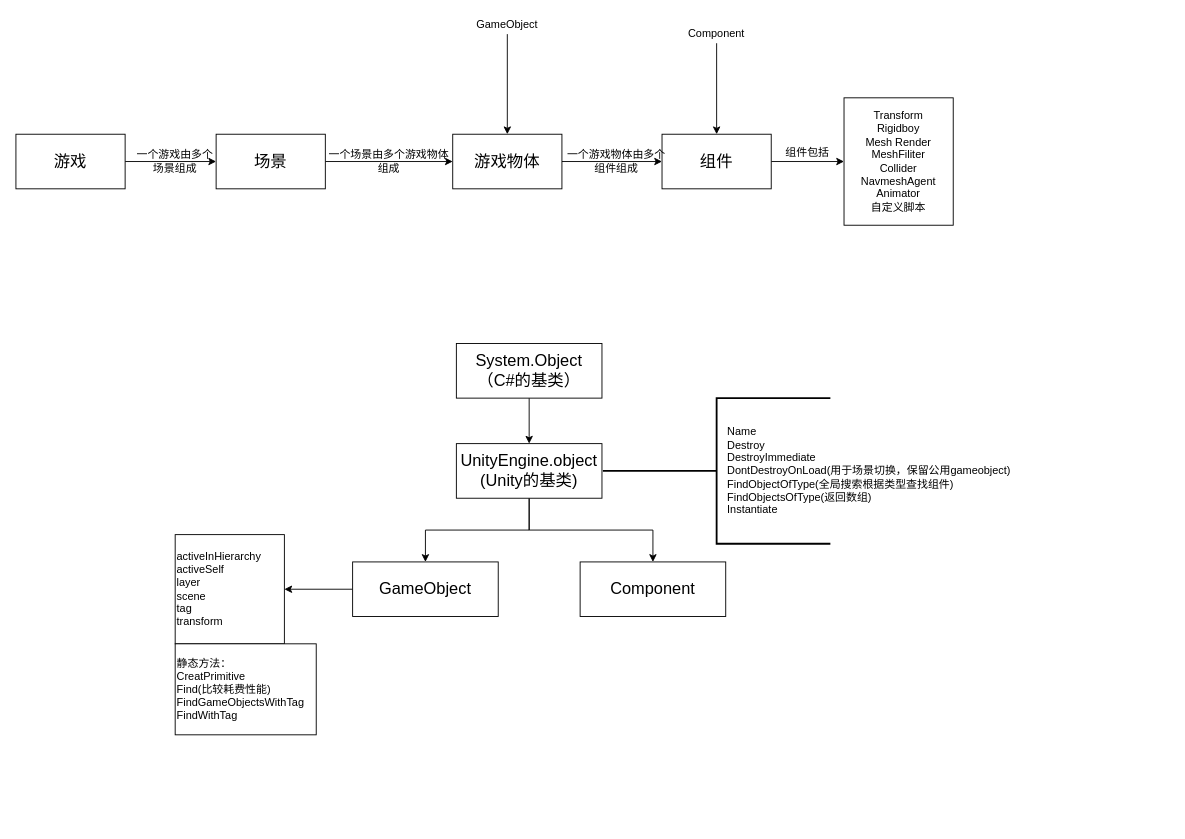
OJMars/Unity keeps this draw.io diagram as Unity流程.drawio. Above is the earlier version. Source tidied: cells renumbered, new cells numbered last; positions are measured from the earlier drawing's top-left corner, leaving out a move shared by most shapes. Both pictures are drawn from the tidied source at 91%, with x=0, y=0 at pixel (15, 15).
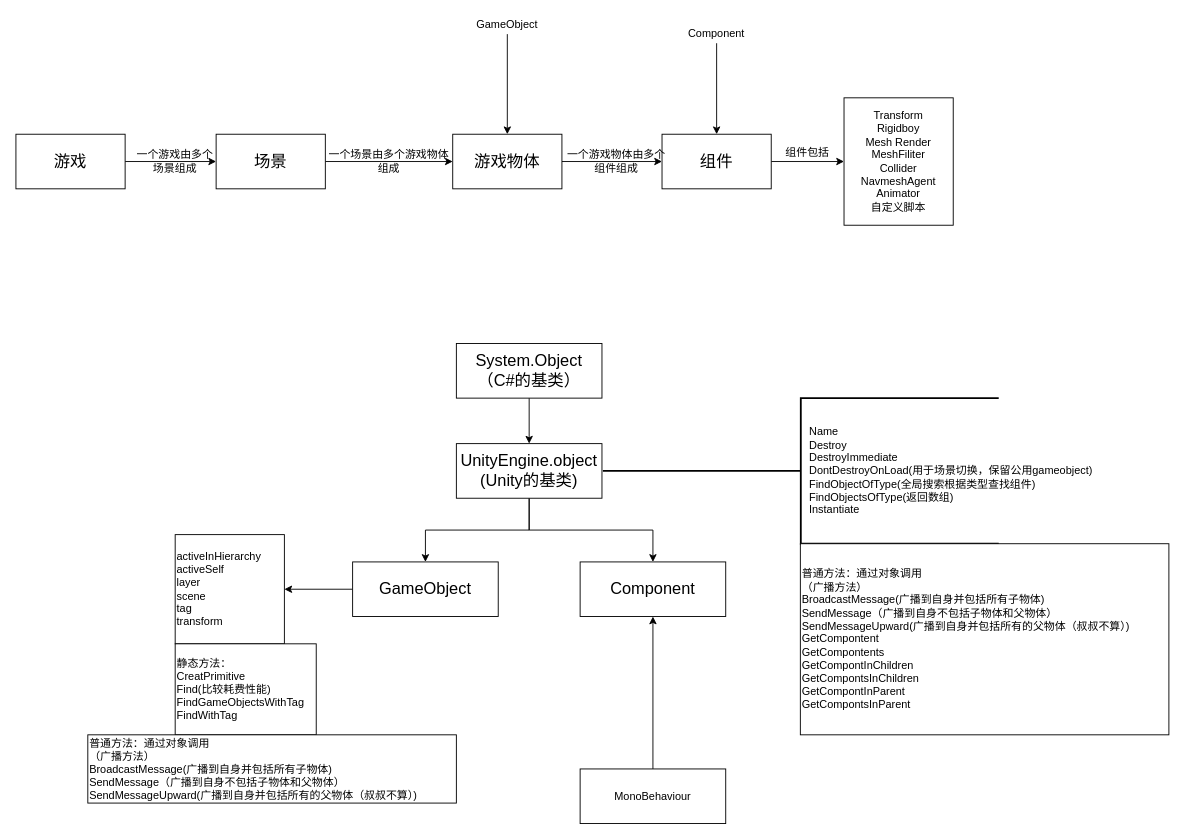
Above is the later version.

The change refers to these unchanged cells:
```xml
<mxCell id="26" value="&lt;span style=&quot;font-size: 18px&quot;&gt;Component&lt;/span&gt;" style="rounded=0;whiteSpace=wrap;html=1;" parent="1" vertex="1">
  <mxGeometry x="620" y="600" width="160" height="60" as="geometry" />
</mxCell>
```

What changed in the source:
```diff
@@
     <mxCell id="27" style="strokeWidth=2;html=1;shape=mxgraph.flowchart.annotation_2;align=left;" parent="1" vertex="1">
-      <mxGeometry x="645" y="420" width="250" height="160" as="geometry" />
+      <mxGeometry x="645" y="420" width="435" height="160" as="geometry" />
     </mxCell>
     <mxCell id="28" value="Name&lt;br&gt;Destroy&lt;br&gt;DestroyImmediate&lt;br&gt;DontDestroyOnLoad(用于场景切换，保留公用gameobject)&lt;br&gt;FindObjectOfType(全局搜索根据类型查找组件)&lt;br&gt;FindObjectsOfType(返回数组)&lt;br&gt;Instantiate&lt;br&gt;" style="text;html=1;strokeColor=none;fillColor=none;align=left;verticalAlign=middle;whiteSpace=wrap;rounded=0;" parent="1" vertex="1">
-      <mxGeometry x="780" y="425" width="350" height="150" as="geometry" />
+      <mxGeometry x="870" y="425" width="350" height="150" as="geometry" />
     </mxCell>
@@
+    <mxCell id="31" value="普通方法：通过对象调用&lt;br&gt;&lt;div style=&quot;text-align: left&quot;&gt;（广播方法）&lt;/div&gt;&lt;div style=&quot;text-align: left&quot;&gt;BroadcastMessage(广播到自身并包括所有子物体)&lt;/div&gt;&lt;div style=&quot;text-align: left&quot;&gt;SendMessage（广播到自身不包括子物体和父物体）&lt;/div&gt;&lt;div style=&quot;text-align: left&quot;&gt;SendMessageUpward(广播到自身并包括所有的父物体（叔叔不算）)&lt;/div&gt;" style="rounded=0;whiteSpace=wrap;html=1;align=left;" parent="1" vertex="1">
+      <mxGeometry x="79" y="790" width="405" height="75" as="geometry" />
+    </mxCell>
+    <mxCell id="32" value="普通方法：通过对象调用&lt;br&gt;&lt;div style=&quot;text-align: left&quot;&gt;（广播方法）&lt;/div&gt;&lt;div style=&quot;text-align: left&quot;&gt;BroadcastMessage(广播到自身并包括所有子物体)&lt;/div&gt;&lt;div style=&quot;text-align: left&quot;&gt;SendMessage（广播到自身不包括子物体和父物体）&lt;/div&gt;&lt;div style=&quot;text-align: left&quot;&gt;SendMessageUpward(广播到自身并包括所有的父物体（叔叔不算）)&lt;/div&gt;&lt;div style=&quot;text-align: left&quot;&gt;GetCompontent&lt;/div&gt;&lt;div style=&quot;text-align: left&quot;&gt;GetCompontents&lt;/div&gt;&lt;div style=&quot;text-align: left&quot;&gt;GetCompontInChildren&lt;/div&gt;&lt;div style=&quot;text-align: left&quot;&gt;GetCompontsInChildren&lt;/div&gt;&lt;div style=&quot;text-align: left&quot;&gt;GetCompontInParent&lt;/div&gt;&lt;div style=&quot;text-align: left&quot;&gt;GetCompontsInParent&lt;/div&gt;" style="rounded=0;whiteSpace=wrap;html=1;align=left;" parent="1" vertex="1">
+      <mxGeometry x="862" y="580" width="405" height="210" as="geometry" />
+    </mxCell>
+    <mxCell id="33" style="edgeStyle=orthogonalEdgeStyle;rounded=0;jettySize=auto;html=1;" parent="1" edge="1" source="34" target="26">
+      <mxGeometry relative="1" as="geometry" />
+    </mxCell>
+    <mxCell id="34" value="MonoBehaviour" style="rounded=0;whiteSpace=wrap;html=1;" parent="1" vertex="1">
+      <mxGeometry x="620" y="827.5" width="160" height="60" as="geometry" />
+    </mxCell>
```
